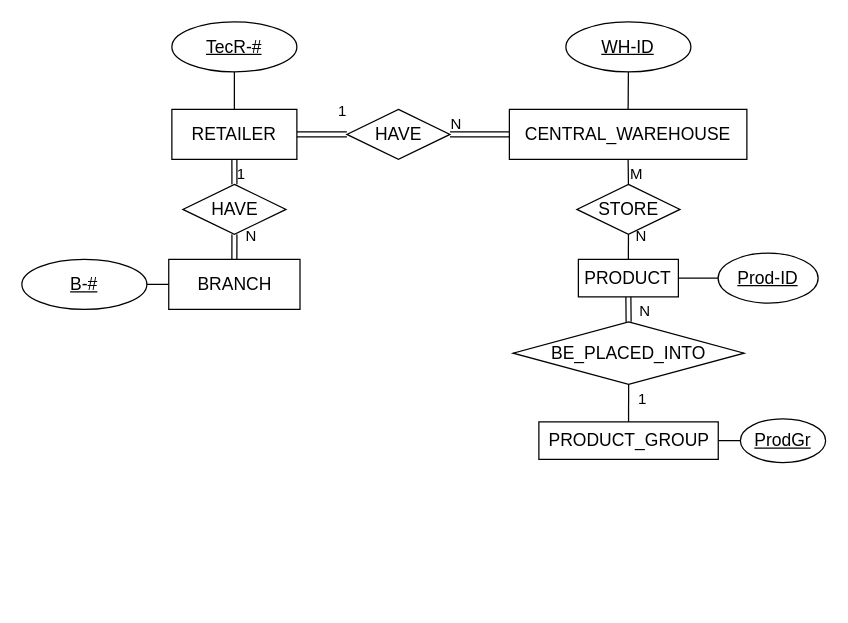
This is eerdretailer.drawio from quangmnh/drawio, a draw.io file, before an edit. Source tidied: cells renumbered, new cells numbered last; positions are measured from the earlier drawing's top-left corner, leaving out a move shared by most shapes. Both pictures are drawn from the tidied source at 125%, with x=0, y=0 at pixel (21, 21).
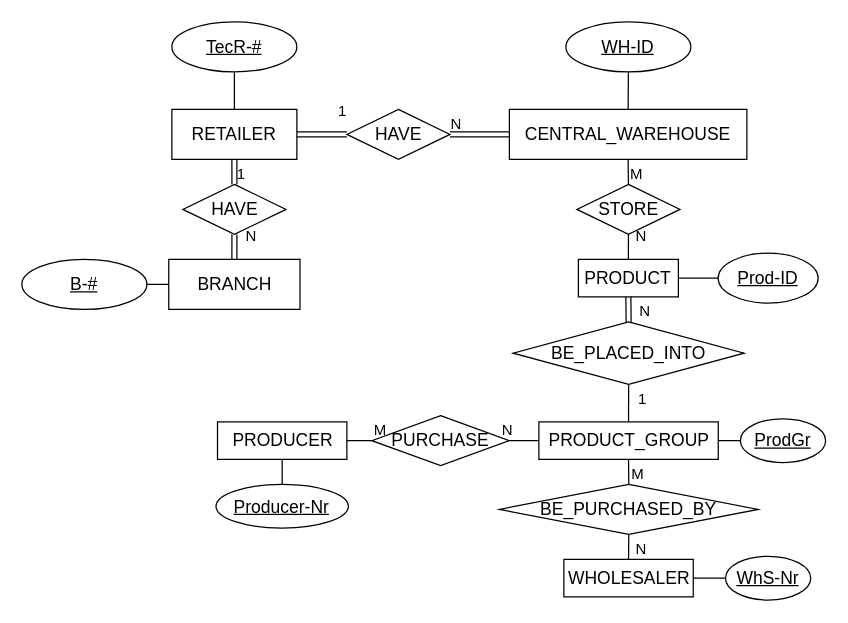
Above is the later version.

Unchanged cells that the change refers to:
```xml
<mxCell id="30" value="&lt;font style=&quot;font-size: 14px&quot;&gt;PRODUCT_GROUP&lt;/font&gt;" style="whiteSpace=wrap;html=1;align=center;" parent="1" vertex="1">
  <mxGeometry x="413.6" y="320" width="143.5" height="30" as="geometry" />
</mxCell>
```

The edit, as a diff of the source:
```diff
@@
+    <mxCell id="37" value="&lt;span style=&quot;font-size: 14px&quot;&gt;WHOLESALER&lt;/span&gt;" style="whiteSpace=wrap;html=1;align=center;" parent="1" vertex="1">
+      <mxGeometry x="433.6" y="430" width="103.5" height="30" as="geometry" />
+    </mxCell>
+    <mxCell id="38" value="&lt;span style=&quot;font-size: 14px&quot;&gt;PRODUCER&lt;/span&gt;" style="whiteSpace=wrap;html=1;align=center;" parent="1" vertex="1">
+      <mxGeometry x="156.5" y="320" width="103.5" height="30" as="geometry" />
+    </mxCell>
+    <mxCell id="39" value="&lt;font style=&quot;font-size: 14px&quot;&gt;PURCHASE&lt;/font&gt;" style="shape=rhombus;perimeter=rhombusPerimeter;whiteSpace=wrap;html=1;align=center;" parent="1" vertex="1">
+      <mxGeometry x="280" y="315" width="110" height="40" as="geometry" />
+    </mxCell>
+    <mxCell id="40" value="&lt;font style=&quot;font-size: 14px&quot;&gt;BE_PURCHASED_BY&lt;/font&gt;" style="shape=rhombus;perimeter=rhombusPerimeter;whiteSpace=wrap;html=1;align=center;" parent="1" vertex="1">
+      <mxGeometry x="382" y="370" width="207" height="40" as="geometry" />
+    </mxCell>
+    <mxCell id="41" style="endArrow=none;html=1;rounded=0;entryX=0.5;entryY=1;entryDx=0;entryDy=0;exitX=0.5;exitY=0;exitDx=0;exitDy=0;" parent="1" edge="1" source="40" target="30">
+      <mxGeometry relative="1" as="geometry" />
+    </mxCell>
+    <mxCell id="42" value="M" style="html=1;align=left;verticalAlign=bottom;" parent="41" vertex="1">
+      <mxGeometry x="-1" relative="1" as="geometry" />
+    </mxCell>
+    <mxCell id="43" style="endArrow=none;html=1;rounded=0;entryX=0.5;entryY=1;entryDx=0;entryDy=0;exitX=0.5;exitY=0;exitDx=0;exitDy=0;" parent="1" edge="1" source="37" target="40">
+      <mxGeometry relative="1" as="geometry" />
+    </mxCell>
+    <mxCell id="44" value="N" style="html=1;align=right;verticalAlign=bottom;" parent="43" vertex="1">
+      <mxGeometry x="1" relative="1" as="geometry">
+        <mxPoint x="15" y="20" as="offset" />
+      </mxGeometry>
+    </mxCell>
+    <mxCell id="45" style="endArrow=none;html=1;rounded=0;entryX=1;entryY=0.5;entryDx=0;entryDy=0;exitX=0;exitY=0.5;exitDx=0;exitDy=0;" parent="1" edge="1" source="39" target="38">
+      <mxGeometry relative="1" as="geometry" />
+    </mxCell>
+    <mxCell id="46" value="M" style="html=1;align=left;verticalAlign=bottom;" parent="45" vertex="1">
+      <mxGeometry x="-1" relative="1" as="geometry" />
+    </mxCell>
+    <mxCell id="47" style="endArrow=none;html=1;rounded=0;entryX=1;entryY=0.5;entryDx=0;entryDy=0;exitX=0;exitY=0.5;exitDx=0;exitDy=0;" parent="1" edge="1" source="30" target="39">
+      <mxGeometry relative="1" as="geometry" />
+    </mxCell>
+    <mxCell id="48" value="N" style="html=1;align=right;verticalAlign=bottom;" parent="47" vertex="1">
+      <mxGeometry x="1" relative="1" as="geometry">
+        <mxPoint x="3" as="offset" />
+      </mxGeometry>
+    </mxCell>
+    <mxCell id="49" value="&lt;span style=&quot;font-size: 14px&quot;&gt;WhS-Nr&lt;/span&gt;" style="ellipse;whiteSpace=wrap;html=1;align=center;fontStyle=4;" parent="1" vertex="1">
+      <mxGeometry x="562.9" y="427.5" width="68.2" height="35" as="geometry" />
+    </mxCell>
+    <mxCell id="50" style="endArrow=none;html=1;rounded=0;exitX=0;exitY=0.5;exitDx=0;exitDy=0;entryX=1;entryY=0.5;entryDx=0;entryDy=0;" parent="1" edge="1" source="49" target="37">
+      <mxGeometry relative="1" as="geometry" />
+    </mxCell>
+    <mxCell id="51" value="&lt;span style=&quot;font-size: 14px&quot;&gt;Producer-Nr&lt;/span&gt;" style="ellipse;whiteSpace=wrap;html=1;align=center;fontStyle=4;" parent="1" vertex="1">
+      <mxGeometry x="155.3" y="370" width="105.9" height="35" as="geometry" />
+    </mxCell>
+    <mxCell id="52" style="endArrow=none;html=1;rounded=0;exitX=0.5;exitY=0;exitDx=0;exitDy=0;entryX=0.5;entryY=1;entryDx=0;entryDy=0;" parent="1" edge="1" source="51" target="38">
+      <mxGeometry relative="1" as="geometry" />
+    </mxCell>
```
